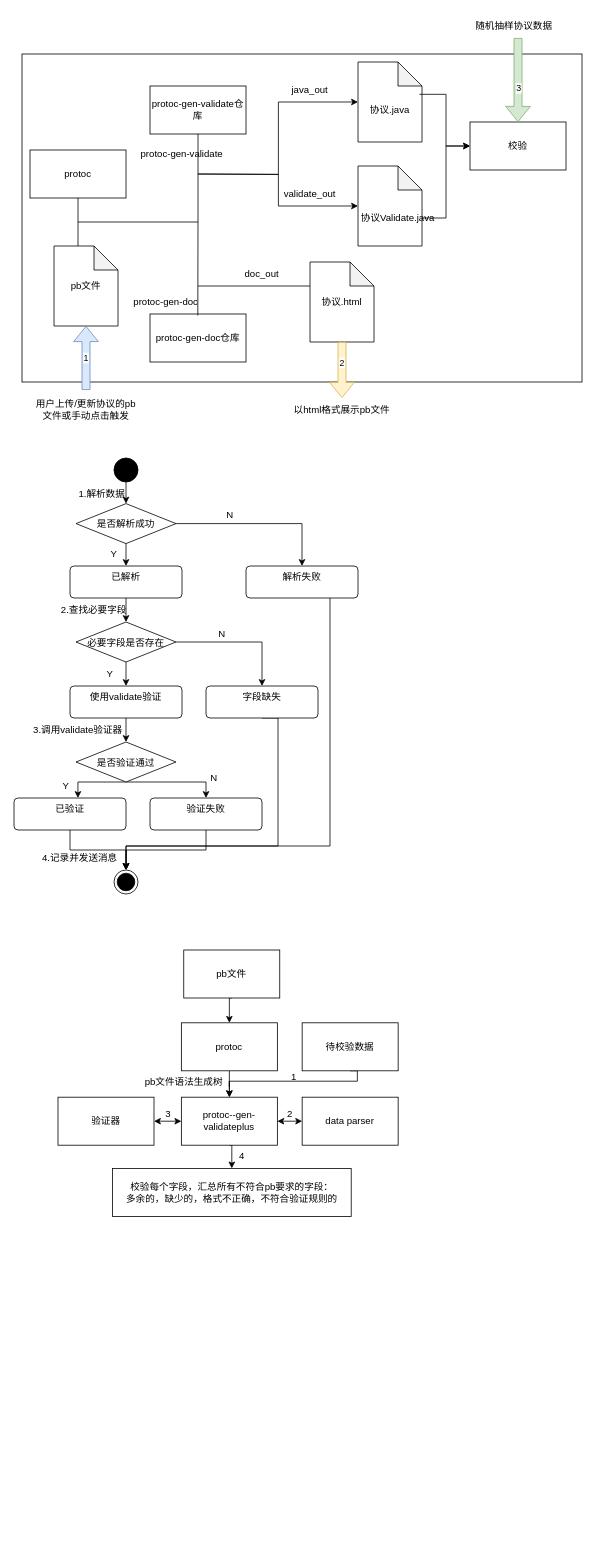
ksd11/charts keeps this draw.io diagram as protoc.drawio. Above is the earlier version. Source tidied: cells renumbered, new cells numbered last; positions are measured from the earlier drawing's top-left corner, leaving out a move shared by most shapes. Both pictures are drawn from the tidied source at 80%, with x=0, y=0 at pixel (14, 14).
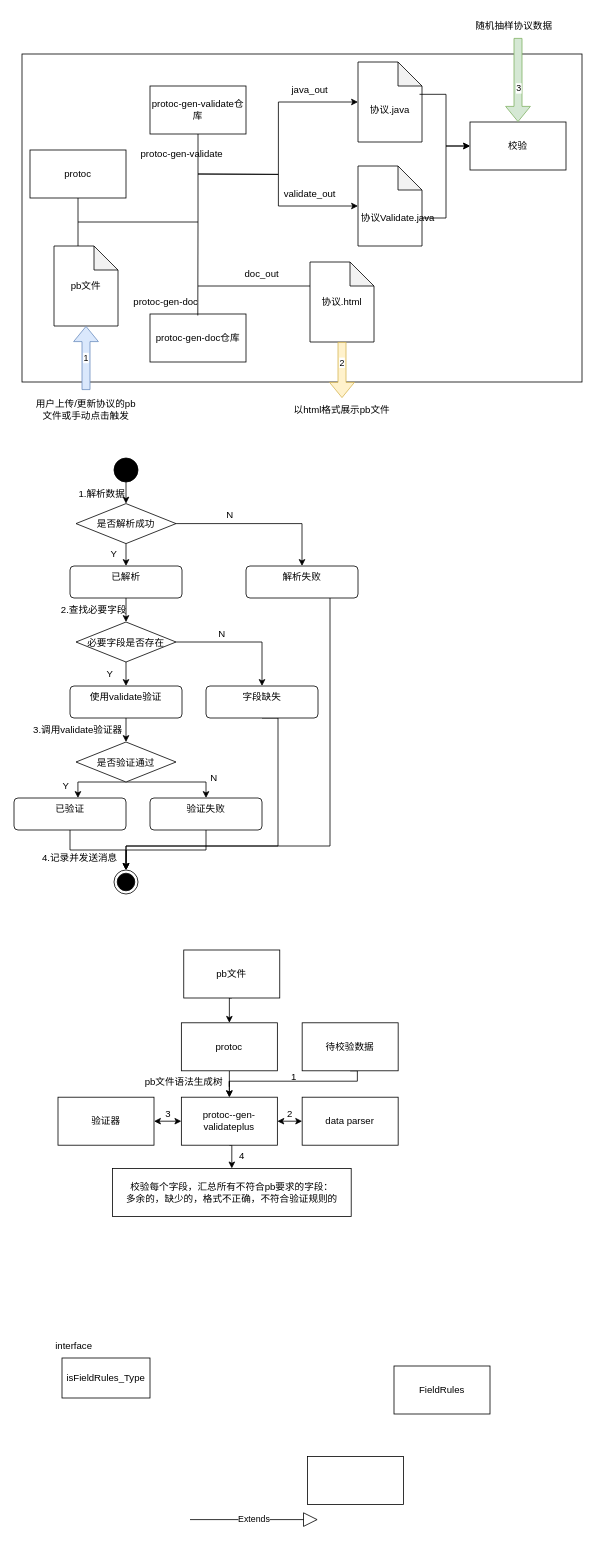
After the change.

What changed in the source:
```diff
@@
+    <mxCell id="87" value="FieldRules" style="rounded=0;whiteSpace=wrap;html=1;" parent="1" vertex="1">
+      <mxGeometry x="475" y="1690" width="120" height="60" as="geometry" />
+    </mxCell>
+    <mxCell id="88" style="rounded=0;whiteSpace=wrap;html=1;" parent="1" vertex="1">
+      <mxGeometry x="367" y="1803" width="120" height="60" as="geometry" />
+    </mxCell>
+    <mxCell id="89" value="Extends" style="endArrow=block;endSize=16;endFill=0;html=1;rounded=0;" parent="1" edge="1">
+      <mxGeometry relative="1" as="geometry">
+        <mxPoint x="220" y="1882" as="sourcePoint" />
+        <mxPoint x="380" y="1882" as="targetPoint" />
+      </mxGeometry>
+    </mxCell>
+    <mxCell id="90" value="isFieldRules_Type" style="html=1;whiteSpace=wrap;" parent="1" vertex="1">
+      <mxGeometry x="60" y="1680" width="110" height="50" as="geometry" />
+    </mxCell>
+    <mxCell id="91" value="interface" style="text;html=1;align=center;verticalAlign=middle;whiteSpace=wrap;rounded=0;" parent="1" vertex="1">
+      <mxGeometry x="45" y="1650" width="60" height="30" as="geometry" />
+    </mxCell>
```
